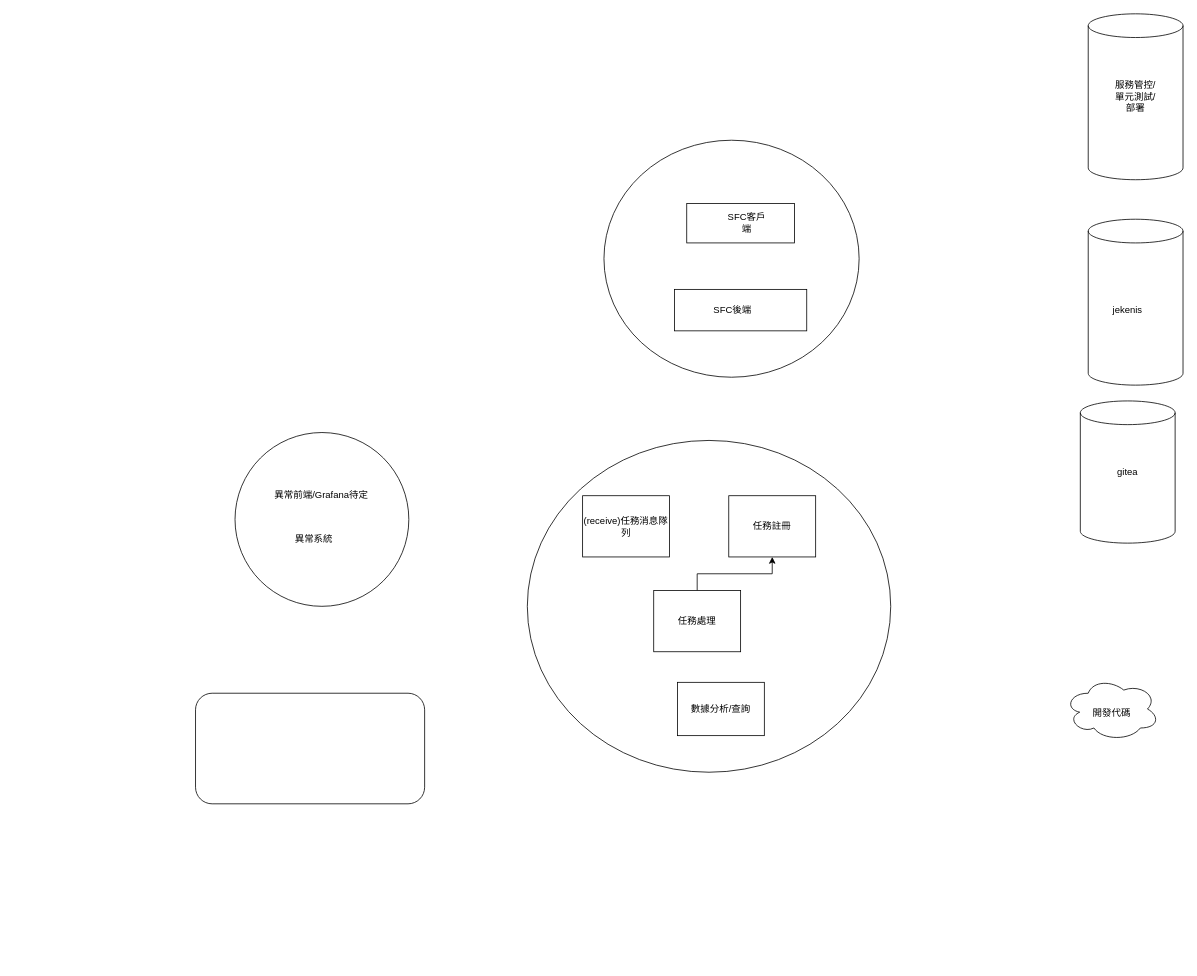
Earlier version of the draw.io diagram 未命名绘图.drawio (NoBug4Ever/drawio). Source tidied: cells renumbered, new cells numbered last; positions are measured from the earlier drawing's top-left corner, leaving out a move shared by most shapes. Both pictures are drawn from the tidied source at 79%, with x=0, y=0 at pixel (195, 13).
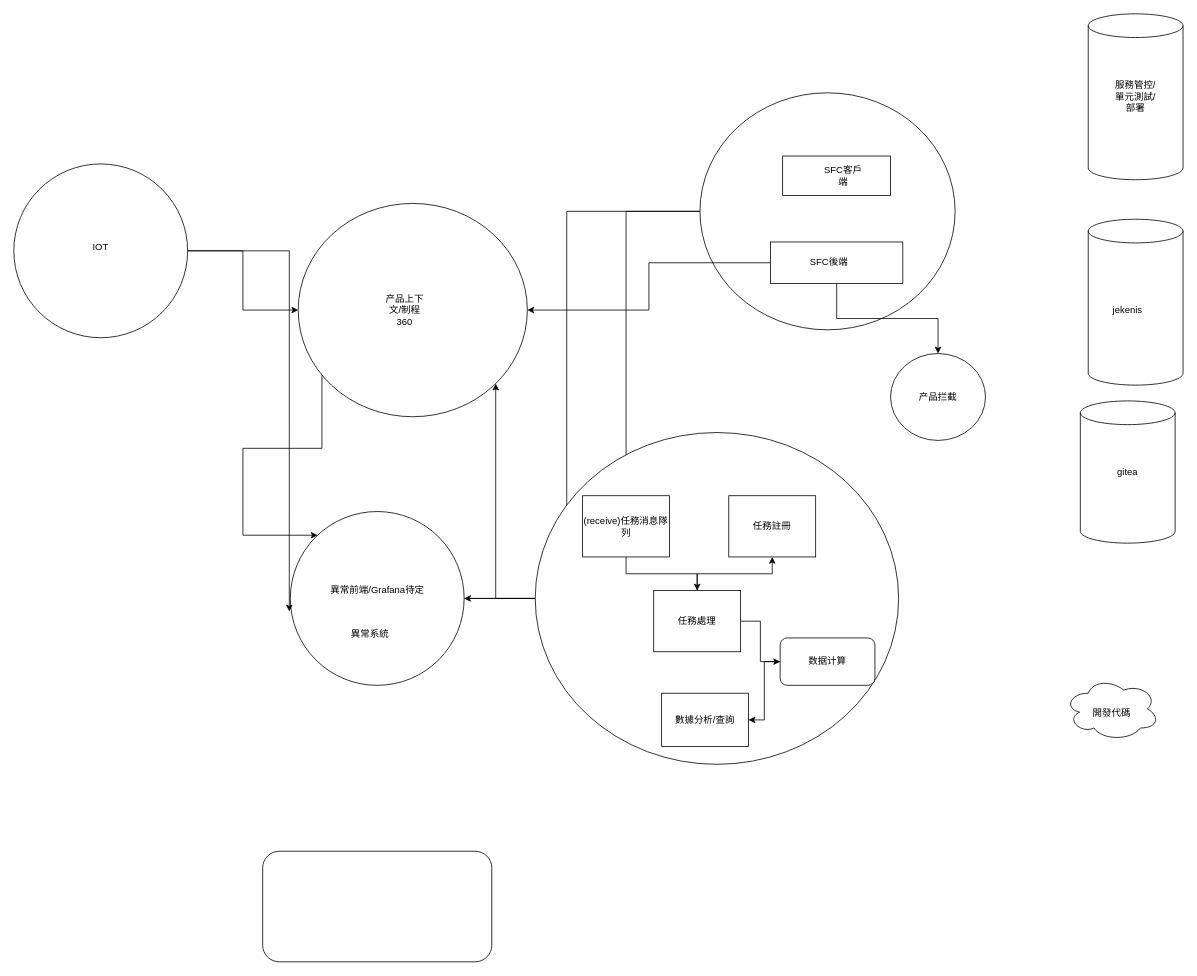
The same page after the edit.

Commit message (it also covers changes not shown here):
更新未命名绘图.drawio

Unchanged cells that the change refers to:
```xml
<mxCell id="13" value="任務處理" style="rounded=0;whiteSpace=wrap;html=1;" parent="1" vertex="1">
  <mxGeometry x="580" y="730" width="110" height="77.5" as="geometry" />
</mxCell>
<mxCell id="14" value="(receive)任務消息隊列" style="rounded=0;whiteSpace=wrap;html=1;" parent="1" vertex="1">
  <mxGeometry x="490" y="610" width="110" height="77.5" as="geometry" />
</mxCell>
```

Diff of the diagram source:
```diff
@@
+    <mxCell id="26" style="edgeStyle=orthogonalEdgeStyle;rounded=0;jettySize=auto;html=1;entryX=1;entryY=0.75;entryDx=0;entryDy=0;" parent="1" edge="1" source="2" target="7">
+      <mxGeometry relative="1" as="geometry" />
+    </mxCell>
     <mxCell id="2" style="ellipse;whiteSpace=wrap;html=1;" parent="1" vertex="1">
-      <mxGeometry x="517" y="160" width="323" height="300" as="geometry" />
+      <mxGeometry x="638.5" y="100" width="323" height="300" as="geometry" />
     </mxCell>
     <mxCell id="3" style="rounded=1;whiteSpace=wrap;html=1;" parent="1" vertex="1">
-      <mxGeometry y="860" width="290" height="140" as="geometry" />
+      <mxGeometry x="85" y="1060" width="290" height="140" as="geometry" />
     </mxCell>
     <mxCell id="4" style="rounded=0;whiteSpace=wrap;html=1;" parent="1" vertex="1">
-      <mxGeometry x="621.8" y="240" width="136.5" height="50" as="geometry" />
+      <mxGeometry x="743.2" y="180" width="136.5" height="50" as="geometry" />
     </mxCell>
+    <mxCell id="27" style="edgeStyle=orthogonalEdgeStyle;rounded=0;jettySize=auto;html=1;" parent="1" edge="1" source="5" target="38">
+      <mxGeometry relative="1" as="geometry" />
+    </mxCell>
+    <mxCell id="28" style="edgeStyle=orthogonalEdgeStyle;rounded=0;jettySize=auto;html=1;" parent="1" edge="1" source="5" target="43">
+      <mxGeometry relative="1" as="geometry" />
+    </mxCell>
     <mxCell id="5" style="rounded=0;whiteSpace=wrap;html=1;" parent="1" vertex="1">
-      <mxGeometry x="606.2" y="348.8" width="167.5" height="52.5" as="geometry" />
+      <mxGeometry x="727.8" y="288.8" width="167.5" height="52.5" as="geometry" />
     </mxCell>
     <mxCell id="6" style="ellipse;whiteSpace=wrap;html=1;" parent="1" vertex="1">
-      <mxGeometry x="50" y="530" width="220" height="220" as="geometry" />
+      <mxGeometry x="120" y="630" width="220" height="220" as="geometry" />
     </mxCell>
     <mxCell id="7" value="異常前端/Grafana待定" style="text;html=1;align=center;verticalAlign=middle;whiteSpace=wrap;rounded=0;" parent="1" vertex="1">
-      <mxGeometry x="87.5" y="590" width="142.5" height="40" as="geometry" />
+      <mxGeometry x="158.8" y="710" width="142.5" height="40" as="geometry" />
     </mxCell>
     <mxCell id="8" value="異常系統" style="text;html=1;align=center;verticalAlign=middle;whiteSpace=wrap;rounded=0;" parent="1" vertex="1">
-      <mxGeometry x="120" y="650" width="60" height="30" as="geometry" />
+      <mxGeometry x="191.2" y="770" width="60" height="30" as="geometry" />
     </mxCell>
     <mxCell id="9" value="SFC客戶端" style="text;html=1;align=center;verticalAlign=middle;whiteSpace=wrap;rounded=0;" parent="1" vertex="1">
-      <mxGeometry x="668.2" y="250" width="60" height="30" as="geometry" />
+      <mxGeometry x="789.8" y="190" width="60" height="30" as="geometry" />
     </mxCell>
+    <mxCell id="29" style="edgeStyle=orthogonalEdgeStyle;rounded=0;jettySize=auto;html=1;" parent="1" edge="1" source="2" target="14">
+      <mxGeometry relative="1" as="geometry" />
+    </mxCell>
     <mxCell id="10" value="SFC後端" style="text;html=1;align=center;verticalAlign=middle;whiteSpace=wrap;rounded=0;" parent="1" vertex="1">
-      <mxGeometry x="650" y="360" width="60" height="30" as="geometry" />
+      <mxGeometry x="771.5" y="300" width="60" height="30" as="geometry" />
     </mxCell>
+    <mxCell id="30" style="edgeStyle=orthogonalEdgeStyle;rounded=0;jettySize=auto;html=1;" parent="1" edge="1" source="11" target="38">
+      <mxGeometry relative="1" as="geometry">
+        <Array as="points">
+          <mxPoint x="380" y="740" />
+        </Array>
+      </mxGeometry>
+    </mxCell>
+    <mxCell id="31" style="edgeStyle=orthogonalEdgeStyle;rounded=0;jettySize=auto;html=1;" parent="1" edge="1" source="11" target="6">
+      <mxGeometry relative="1" as="geometry" />
+    </mxCell>
     <mxCell id="11" style="ellipse;whiteSpace=wrap;html=1;" parent="1" vertex="1">
-      <mxGeometry x="420" y="540" width="460" height="420" as="geometry" />
+      <mxGeometry x="430" y="530" width="460" height="420" as="geometry" />
     </mxCell>
@@
+    <mxCell id="32" style="edgeStyle=orthogonalEdgeStyle;rounded=0;jettySize=auto;html=1;" parent="1" edge="1" source="13" target="41">
+      <mxGeometry relative="1" as="geometry" />
+    </mxCell>
@@
+    <mxCell id="33" style="edgeStyle=orthogonalEdgeStyle;rounded=0;jettySize=auto;html=1;" parent="1" edge="1" source="14" target="13">
+      <mxGeometry relative="1" as="geometry" />
+    </mxCell>
@@
     <mxCell id="15" value="數據分析/查詢" style="rounded=0;whiteSpace=wrap;html=1;" parent="1" vertex="1">
-      <mxGeometry x="610" y="846.2" width="110" height="67.5" as="geometry" />
+      <mxGeometry x="590" y="860" width="110" height="67.5" as="geometry" />
     </mxCell>
@@
+    <mxCell id="34" style="edgeStyle=orthogonalEdgeStyle;rounded=0;jettySize=auto;html=1;" parent="1" edge="1" source="35" target="38">
+      <mxGeometry relative="1" as="geometry" />
+    </mxCell>
+    <mxCell id="35" style="ellipse;whiteSpace=wrap;html=1;" parent="1" vertex="1">
+      <mxGeometry x="-230" y="190" width="220" height="220" as="geometry" />
+    </mxCell>
+    <mxCell id="36" value="IOT" style="text;html=1;align=center;verticalAlign=middle;whiteSpace=wrap;rounded=0;" parent="1" vertex="1">
+      <mxGeometry x="-150" y="280" width="60" height="30" as="geometry" />
+    </mxCell>
+    <mxCell id="37" style="edgeStyle=orthogonalEdgeStyle;rounded=0;jettySize=auto;html=1;" parent="1" edge="1" source="38" target="6">
+      <mxGeometry relative="1" as="geometry">
+        <Array as="points">
+          <mxPoint x="160" y="550" />
+          <mxPoint x="60" y="550" />
+          <mxPoint x="60" y="660" />
+        </Array>
+      </mxGeometry>
+    </mxCell>
+    <mxCell id="38" style="ellipse;whiteSpace=wrap;html=1;" parent="1" vertex="1">
+      <mxGeometry x="130" y="240" width="290" height="270" as="geometry" />
+    </mxCell>
+    <mxCell id="39" value="产品上下文/制程360" style="text;html=1;align=center;verticalAlign=middle;whiteSpace=wrap;rounded=0;" parent="1" vertex="1">
+      <mxGeometry x="235" y="360" width="60" height="30" as="geometry" />
+    </mxCell>
+    <mxCell id="40" style="edgeStyle=orthogonalEdgeStyle;rounded=0;jettySize=auto;html=1;entryX=1;entryY=0.5;entryDx=0;entryDy=0;" parent="1" edge="1" source="41" target="15">
+      <mxGeometry relative="1" as="geometry" />
+    </mxCell>
+    <mxCell id="41" value="数据计算" style="rounded=1;whiteSpace=wrap;html=1;" parent="1" vertex="1">
+      <mxGeometry x="740" y="790" width="120" height="60" as="geometry" />
+    </mxCell>
+    <mxCell id="42" style="edgeStyle=orthogonalEdgeStyle;rounded=0;jettySize=auto;html=1;entryX=-0.006;entryY=0.575;entryDx=0;entryDy=0;entryPerimeter=0;" parent="1" edge="1" source="35" target="6">
+      <mxGeometry relative="1" as="geometry" />
+    </mxCell>
+    <mxCell id="43" value="产品拦截" style="ellipse;whiteSpace=wrap;html=1;" parent="1" vertex="1">
+      <mxGeometry x="879.8" y="430" width="120.2" height="110" as="geometry" />
+    </mxCell>
```
